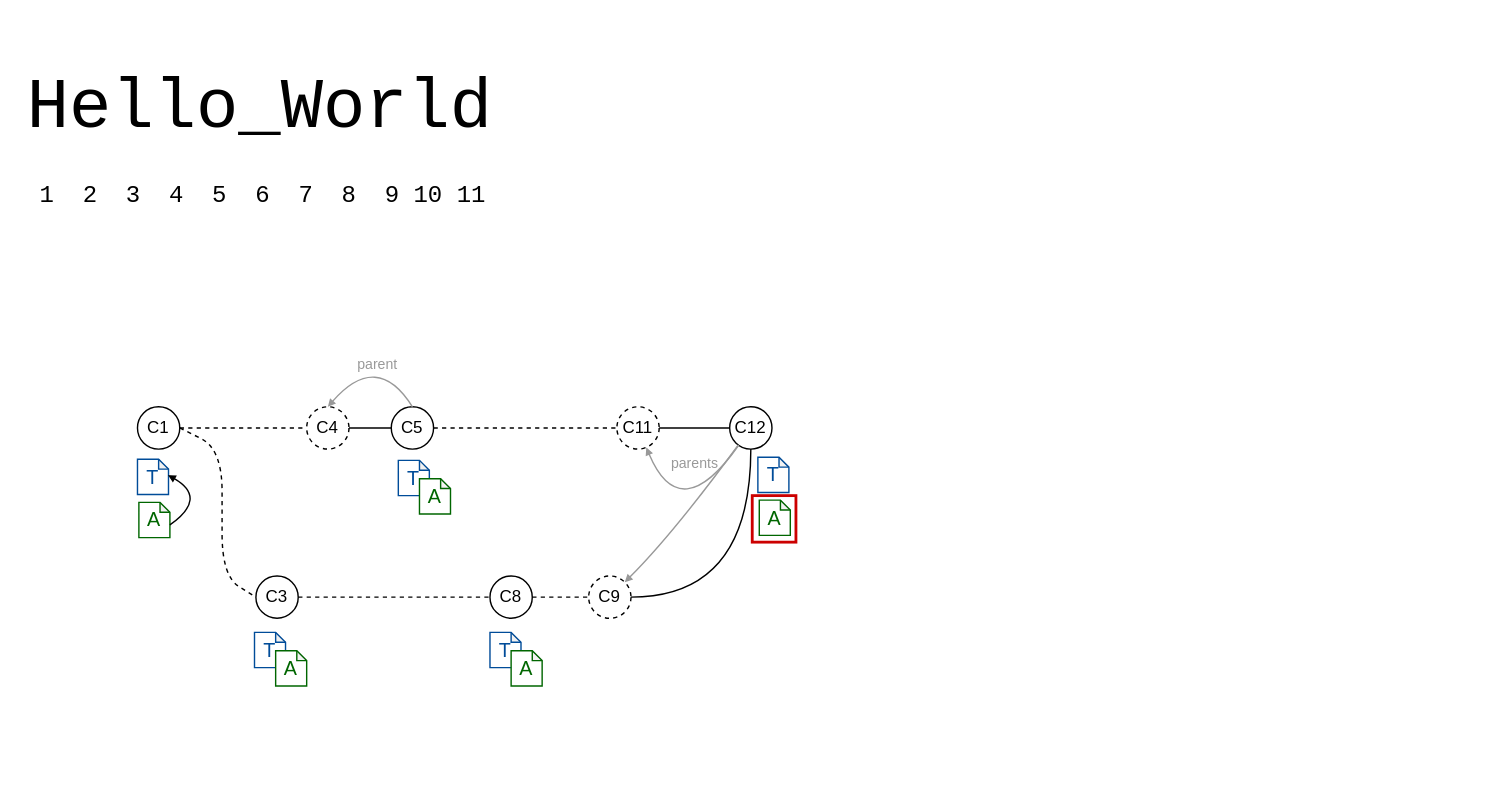
Above: demos/annotations/update_annotations.drawio in LivelyKernel/lively4-core (draw.io), before the change. Source tidied: cells renumbered, new cells numbered last; positions are measured from the earlier drawing's top-left corner, leaving out a move shared by most shapes. Both pictures are drawn from the tidied source at 141%, with x=0, y=0 at pixel (24, 68).
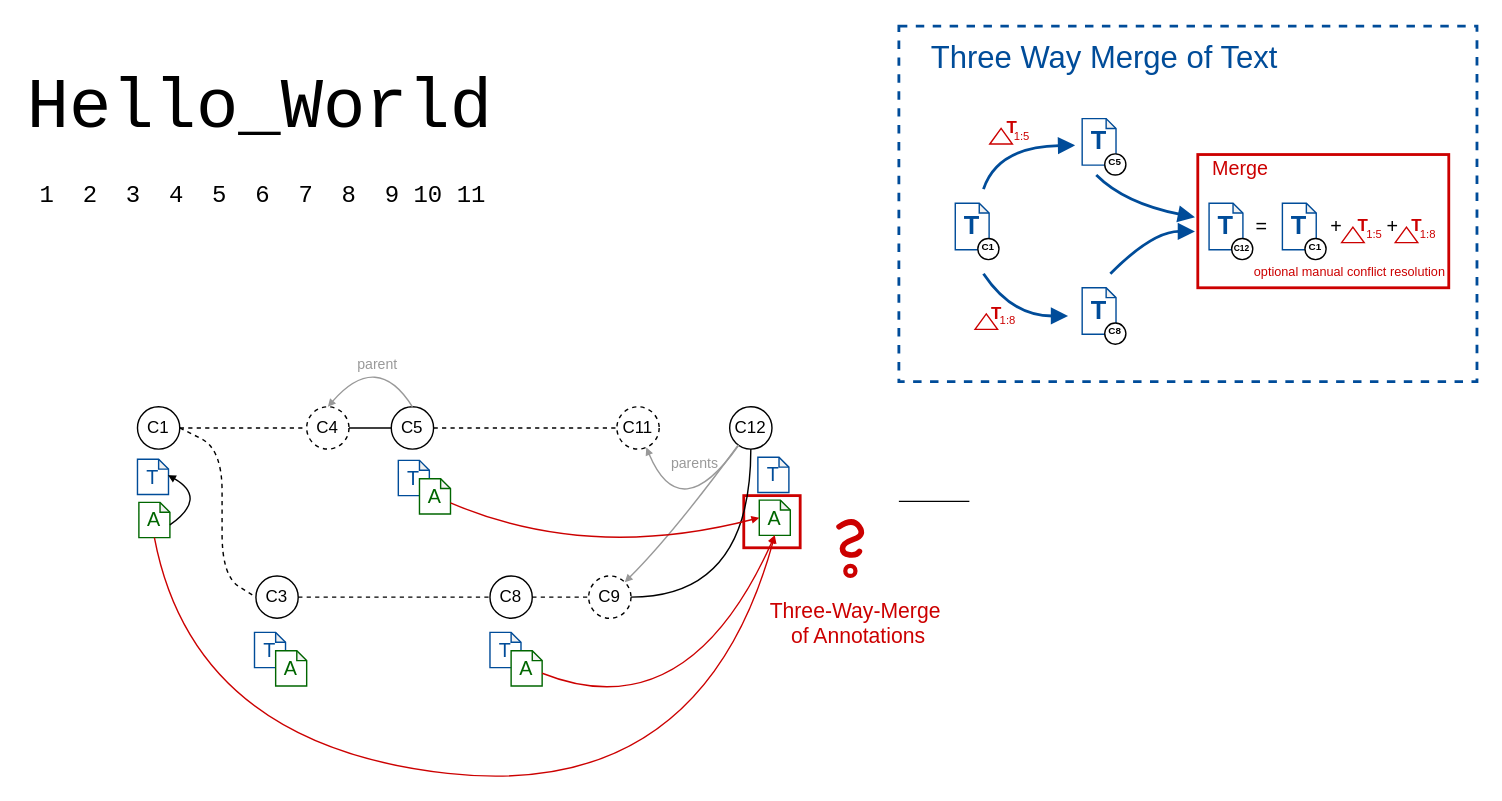
Above is the later version.

Unchanged cells that the change refers to:
```xml
<mxCell id="9" value="&lt;font style=&quot;font-size: 14px&quot;&gt;A&lt;/font&gt;" style="shape=note;whiteSpace=wrap;html=1;backgroundOutline=1;darkOpacity=0.05;size=7;strokeColor=#006600;fontColor=#006600;" parent="1" vertex="1">
  <mxGeometry x="81" y="307.8" width="22" height="25" as="geometry" />
</mxCell>
<mxCell id="15" value="&lt;font style=&quot;font-size: 14px&quot;&gt;A&lt;/font&gt;" style="shape=note;whiteSpace=wrap;html=1;backgroundOutline=1;darkOpacity=0.05;size=7;strokeColor=#006600;fontColor=#006600;" parent="1" vertex="1">
  <mxGeometry x="280" y="291" width="22" height="25" as="geometry" />
</mxCell>
<mxCell id="22" value="&lt;font style=&quot;font-size: 14px&quot;&gt;A&lt;/font&gt;" style="shape=note;whiteSpace=wrap;html=1;backgroundOutline=1;darkOpacity=0.05;size=7;strokeColor=#006600;fontColor=#006600;" parent="1" vertex="1">
  <mxGeometry x="345" y="413" width="22" height="25" as="geometry" />
</mxCell>
<mxCell id="23" value="C11" style="ellipse;whiteSpace=wrap;html=1;dashed=1;" parent="1" vertex="1">
  <mxGeometry x="420" y="240" width="30" height="30" as="geometry" />
</mxCell>
<mxCell id="27" value="C12" style="ellipse;whiteSpace=wrap;html=1;" parent="1" vertex="1">
  <mxGeometry x="500" y="240" width="30" height="30" as="geometry" />
</mxCell>
<mxCell id="36" value="&lt;font style=&quot;font-size: 14px&quot;&gt;A&lt;/font&gt;" style="shape=note;whiteSpace=wrap;html=1;backgroundOutline=1;darkOpacity=0.05;size=7;strokeColor=#006600;fontColor=#006600;" parent="1" vertex="1">
  <mxGeometry x="521" y="306.2" width="22" height="25" as="geometry" />
</mxCell>
```

The edit, as a diff of the source:
```diff
@@
+    <mxCell id="38" style="rounded=0;whiteSpace=wrap;html=1;shadow=0;comic=0;labelBackgroundColor=none;strokeColor=#004C99;strokeWidth=2;fillColor=none;fontFamily=Helvetica;fontSize=9;fontColor=#000000;dashed=1;" parent="1" vertex="1">
+      <mxGeometry x="620" y="-30" width="410" height="252.1" as="geometry" />
+    </mxCell>
+    <mxCell id="37" style="rounded=0;whiteSpace=wrap;html=1;strokeColor=#CC0000;fontSize=10;fontColor=#999999;fillColor=none;strokeWidth=2;" parent="1" vertex="1">
+      <mxGeometry x="510" y="303" width="40" height="37" as="geometry" />
+    </mxCell>
@@
-    <mxCell id="28" style="endArrow=none;html=1;fontColor=#006600;exitX=1;exitY=0.5;exitDx=0;exitDy=0;" parent="1" edge="1" source="23" target="27">
-      <mxGeometry relative="1" as="geometry" />
+    <mxCell id="28" style="endArrow=none;html=1;fontColor=#006600;exitX=1;exitY=0.5;exitDx=0;exitDy=0;" parent="1" edge="1">
+      <mxGeometry relative="1" as="geometry">
+        <mxPoint x="620" y="307.1" as="sourcePoint" />
+        <mxPoint x="670" y="307.1" as="targetPoint" />
+      </mxGeometry>
     </mxCell>
@@
-    <mxCell id="37" style="rounded=0;whiteSpace=wrap;html=1;strokeColor=#CC0000;fontSize=10;fontColor=#999999;fillColor=none;strokeWidth=2;" parent="1" vertex="1">
-      <mxGeometry x="516" y="303" width="31" height="33" as="geometry" />
-    </mxCell>
+    <mxCell id="39" style="endArrow=block;html=1;fontColor=#006600;endFill=1;endSize=3;arcSize=60;strokeColor=#CC0000;curved=1;exitX=0.5;exitY=1;exitDx=0;exitDy=0;exitPerimeter=0;entryX=0.5;entryY=1;entryDx=0;entryDy=0;entryPerimeter=0;" parent="1" edge="1" source="9" target="36">
+      <mxGeometry relative="1" as="geometry">
+        <Array as="points">
+          <mxPoint x="120" y="480" />
+          <mxPoint x="480" y="520" />
+        </Array>
+      </mxGeometry>
+    </mxCell>
+    <mxCell id="40" style="endArrow=block;html=1;fontColor=#006600;endFill=1;endSize=3;arcSize=60;strokeColor=#CC0000;curved=1;entryX=0.5;entryY=1;entryDx=0;entryDy=0;entryPerimeter=0;exitX=0;exitY=0;exitDx=22;exitDy=16;exitPerimeter=0;" parent="1" edge="1" source="22" target="36">
+      <mxGeometry relative="1" as="geometry">
+        <Array as="points">
+          <mxPoint x="470" y="470" />
+        </Array>
+      </mxGeometry>
+    </mxCell>
+    <mxCell id="41" style="endArrow=block;html=1;fontColor=#006600;endFill=1;endSize=3;arcSize=60;strokeColor=#CC0000;curved=1;entryX=0;entryY=0.5;entryDx=0;entryDy=0;entryPerimeter=0;" parent="1" edge="1" source="15" target="36">
+      <mxGeometry relative="1" as="geometry">
+        <Array as="points">
+          <mxPoint x="400" y="350" />
+        </Array>
+      </mxGeometry>
+    </mxCell>
+    <mxCell id="42" style="group;" parent="1" vertex="1">
+      <mxGeometry x="580" y="318.5" width="16.3" height="41.5" as="geometry" />
+    </mxCell>
+    <mxCell id="43" style="endArrow=none;html=1;strokeColor=#CC0000;fontFamily=Helvetica;fontSize=39;fontColor=#FF0000;curved=1;strokeWidth=4;comic=1;shadow=0;" parent="42" edge="1">
+      <mxGeometry relative="1" as="geometry">
+        <mxPoint x="-2.4" y="6.6" as="sourcePoint" />
+        <mxPoint x="12" y="24.1" as="targetPoint" />
+        <Array as="points">
+          <mxPoint x="7.2" />
+          <mxPoint x="16.3" y="12.6" />
+          <mxPoint y="18.1" />
+          <mxPoint y="25.9" />
+          <mxPoint x="10.2" y="27.1" />
+        </Array>
+      </mxGeometry>
+    </mxCell>
+    <mxCell id="44" style="ellipse;whiteSpace=wrap;html=1;shadow=0;comic=0;labelBackgroundColor=none;strokeColor=#CC0000;strokeWidth=3;fillColor=none;fontFamily=Helvetica;fontSize=39;fontColor=#FF0000;" parent="42" vertex="1">
+      <mxGeometry x="2" y="34.3" width="7.2" height="7.2" as="geometry" />
+    </mxCell>
+    <mxCell id="45" value="Three-Way-Merge&amp;nbsp;&lt;br style=&quot;font-size: 15px;&quot;&gt;of Annotations" style="text;html=1;align=center;verticalAlign=middle;fontSize=15;fontFamily=Helvetica;fontColor=#CC0000;" parent="1" vertex="1">
+      <mxGeometry x="521" y="373" width="140" height="40" as="geometry" />
+    </mxCell>
+    <mxCell id="46" style="group;" parent="1" vertex="1">
+      <mxGeometry x="750" y="155.6" width="31" height="40" as="geometry" />
+    </mxCell>
+    <mxCell id="47" value="&lt;font size=&quot;1&quot;&gt;&lt;b style=&quot;font-size: 18px&quot;&gt;T&lt;/b&gt;&lt;/font&gt;" style="shape=note;whiteSpace=wrap;html=1;backgroundOutline=1;darkOpacity=0.05;size=7;strokeColor=#004C99;fontColor=#004C99;fontSize=16;" parent="46" vertex="1">
+      <mxGeometry width="24" height="33" as="geometry" />
+    </mxCell>
+    <mxCell id="48" value="C8" style="ellipse;spacing=2;whiteSpace=wrap;fontSize=7;fontStyle=1;verticalAlign=middle;labelPosition=center;verticalLabelPosition=middle;align=center;horizontal=1;spacingTop=-2;" parent="46" vertex="1">
+      <mxGeometry x="16" y="25" width="15" height="15" as="geometry" />
+    </mxCell>
+    <mxCell id="49" style="group;" parent="1" vertex="1">
+      <mxGeometry x="750" y="35.6" width="31" height="40" as="geometry" />
+    </mxCell>
+    <mxCell id="50" value="&lt;font size=&quot;1&quot;&gt;&lt;b style=&quot;font-size: 18px&quot;&gt;T&lt;/b&gt;&lt;/font&gt;" style="shape=note;whiteSpace=wrap;html=1;backgroundOutline=1;darkOpacity=0.05;size=7;strokeColor=#004C99;fontColor=#004C99;fontSize=16;" parent="49" vertex="1">
+      <mxGeometry width="24" height="33" as="geometry" />
+    </mxCell>
+    <mxCell id="51" value="C5" style="ellipse;spacing=2;whiteSpace=wrap;fontSize=7;fontStyle=1;verticalAlign=middle;labelPosition=center;verticalLabelPosition=middle;align=center;horizontal=1;spacingTop=-2;" parent="49" vertex="1">
+      <mxGeometry x="16" y="25" width="15" height="15" as="geometry" />
+    </mxCell>
+    <mxCell id="52" style="group;" parent="1" vertex="1">
+      <mxGeometry x="660" y="95.6" width="31" height="40" as="geometry" />
+    </mxCell>
+    <mxCell id="53" value="&lt;font size=&quot;1&quot;&gt;&lt;b style=&quot;font-size: 18px&quot;&gt;T&lt;/b&gt;&lt;/font&gt;" style="shape=note;whiteSpace=wrap;html=1;backgroundOutline=1;darkOpacity=0.05;size=7;strokeColor=#004C99;fontColor=#004C99;fontSize=16;" parent="52" vertex="1">
+      <mxGeometry width="24" height="33" as="geometry" />
+    </mxCell>
+    <mxCell id="54" value="C1" style="ellipse;spacing=2;whiteSpace=wrap;fontSize=7;fontStyle=1;verticalAlign=middle;labelPosition=center;verticalLabelPosition=middle;align=center;horizontal=1;spacingTop=-2;" parent="52" vertex="1">
+      <mxGeometry x="16" y="25" width="15" height="15" as="geometry" />
+    </mxCell>
+    <mxCell id="55" style="group;" parent="1" vertex="1">
+      <mxGeometry x="840" y="95.6" width="170" height="90" as="geometry" />
+    </mxCell>
+    <mxCell id="56" value="&lt;font size=&quot;1&quot;&gt;&lt;b style=&quot;font-size: 18px&quot;&gt;T&lt;/b&gt;&lt;/font&gt;" style="shape=note;whiteSpace=wrap;html=1;backgroundOutline=1;darkOpacity=0.05;size=7;strokeColor=#004C99;fontColor=#004C99;fontSize=16;" parent="55" vertex="1">
+      <mxGeometry width="24" height="33" as="geometry" />
+    </mxCell>
+    <mxCell id="57" value="C12" style="ellipse;spacing=2;whiteSpace=wrap;fontSize=6;fontStyle=1;verticalAlign=middle;labelPosition=center;verticalLabelPosition=middle;align=center;horizontal=1;spacingTop=0;" parent="55" vertex="1">
+      <mxGeometry x="16" y="25" width="15" height="15" as="geometry" />
+    </mxCell>
+    <mxCell id="58" style="rounded=0;whiteSpace=wrap;html=1;strokeColor=#CC0000;fontSize=10;fontColor=#999999;fillColor=none;strokeWidth=2;" parent="55" vertex="1">
+      <mxGeometry x="-8" y="-34.5" width="178" height="94.5" as="geometry" />
+    </mxCell>
+    <mxCell id="59" value="&lt;font color=&quot;#cc0000&quot;&gt;Merge&lt;/font&gt;" style="text;html=1;align=center;verticalAlign=middle;fontSize=14;fontFamily=Helvetica;fontColor=#006600;" parent="55" vertex="1">
+      <mxGeometry x="-8" y="-34.5" width="60" height="20" as="geometry" />
+    </mxCell>
+    <mxCell id="60" value="&lt;font color=&quot;#000000&quot;&gt;=&amp;nbsp;&lt;/font&gt;" style="text;html=1;align=center;verticalAlign=middle;fontSize=14;fontFamily=Helvetica;fontColor=#006600;" parent="55" vertex="1">
+      <mxGeometry x="24" y="6.5" width="30" height="20" as="geometry" />
+    </mxCell>
+    <mxCell id="61" style="group;" parent="55" vertex="1">
+      <mxGeometry x="52" width="31" height="40" as="geometry" />
+    </mxCell>
+    <mxCell id="62" value="&lt;font size=&quot;1&quot;&gt;&lt;b style=&quot;font-size: 18px&quot;&gt;T&lt;/b&gt;&lt;/font&gt;" style="shape=note;whiteSpace=wrap;html=1;backgroundOutline=1;darkOpacity=0.05;size=7;strokeColor=#004C99;fontColor=#004C99;fontSize=16;" parent="61" vertex="1">
+      <mxGeometry width="24" height="33" as="geometry" />
+    </mxCell>
+    <mxCell id="63" value="C1" style="ellipse;spacing=2;whiteSpace=wrap;fontSize=7;fontStyle=1;verticalAlign=middle;labelPosition=center;verticalLabelPosition=middle;align=center;horizontal=1;spacingTop=-2;" parent="61" vertex="1">
+      <mxGeometry x="16" y="25" width="15" height="15" as="geometry" />
+    </mxCell>
+    <mxCell id="64" value="&lt;font color=&quot;#000000&quot;&gt;+&lt;/font&gt;" style="text;html=1;align=center;verticalAlign=middle;fontSize=14;fontFamily=Helvetica;fontColor=#006600;" parent="55" vertex="1">
+      <mxGeometry x="80" y="6.5" width="20" height="20" as="geometry" />
+    </mxCell>
+    <mxCell id="65" style="group;" parent="55" vertex="1">
+      <mxGeometry x="131.5" y="6.5" width="38" height="24" as="geometry" />
+    </mxCell>
+    <mxCell id="66" style="group;" parent="65" vertex="1">
+      <mxGeometry width="38" height="24" as="geometry" />
+    </mxCell>
+    <mxCell id="67" style="triangle;whiteSpace=wrap;html=1;rounded=0;shadow=0;comic=0;labelBackgroundColor=none;strokeColor=#CC0000;strokeWidth=1;fillColor=none;fontFamily=Helvetica;fontSize=6;fontColor=#006600;rotation=-90;" parent="66" vertex="1">
+      <mxGeometry x="3" y="8" width="11" height="16" as="geometry" />
+    </mxCell>
+    <mxCell id="68" value="&lt;span style=&quot;color: rgb(204 , 0 , 0) ; font-size: 12px&quot;&gt;&lt;b&gt;T&lt;/b&gt;&lt;/span&gt;" style="text;html=1;strokeColor=none;fillColor=none;align=center;verticalAlign=middle;whiteSpace=wrap;rounded=0;shadow=0;comic=0;labelBackgroundColor=none;fontFamily=Helvetica;fontSize=6;fontColor=#006600;" parent="66" vertex="1">
+      <mxGeometry x="10.5" width="11" height="20" as="geometry" />
+    </mxCell>
+    <mxCell id="69" value="&lt;span style=&quot;color: rgb(204 , 0 , 0)&quot;&gt;&lt;font style=&quot;font-size: 8px&quot;&gt;1:8&lt;/font&gt;&lt;/span&gt;" style="text;html=1;strokeColor=none;fillColor=none;align=center;verticalAlign=middle;whiteSpace=wrap;rounded=0;shadow=0;comic=0;labelBackgroundColor=none;fontFamily=Helvetica;fontSize=6;fontColor=#006600;" parent="66" vertex="1">
+      <mxGeometry x="15" y="10" width="16.5" height="11" as="geometry" />
+    </mxCell>
+    <mxCell id="70" style="group;" parent="55" vertex="1">
+      <mxGeometry x="93.5" y="6.5" width="38" height="24" as="geometry" />
+    </mxCell>
+    <mxCell id="71" style="group;" parent="70" vertex="1">
+      <mxGeometry width="38" height="24" as="geometry" />
+    </mxCell>
+    <mxCell id="72" style="triangle;whiteSpace=wrap;html=1;rounded=0;shadow=0;comic=0;labelBackgroundColor=none;strokeColor=#CC0000;strokeWidth=1;fillColor=none;fontFamily=Helvetica;fontSize=6;fontColor=#006600;rotation=-90;" parent="71" vertex="1">
+      <mxGeometry x="3" y="8" width="11" height="16" as="geometry" />
+    </mxCell>
+    <mxCell id="73" value="&lt;span style=&quot;color: rgb(204 , 0 , 0) ; font-size: 12px&quot;&gt;&lt;b&gt;T&lt;/b&gt;&lt;/span&gt;" style="text;html=1;strokeColor=none;fillColor=none;align=center;verticalAlign=middle;whiteSpace=wrap;rounded=0;shadow=0;comic=0;labelBackgroundColor=none;fontFamily=Helvetica;fontSize=6;fontColor=#006600;" parent="71" vertex="1">
+      <mxGeometry x="10.5" width="11" height="20" as="geometry" />
+    </mxCell>
+    <mxCell id="74" value="&lt;span style=&quot;color: rgb(204 , 0 , 0)&quot;&gt;&lt;font style=&quot;font-size: 8px&quot;&gt;1:5&lt;/font&gt;&lt;/span&gt;" style="text;html=1;strokeColor=none;fillColor=none;align=center;verticalAlign=middle;whiteSpace=wrap;rounded=0;shadow=0;comic=0;labelBackgroundColor=none;fontFamily=Helvetica;fontSize=6;fontColor=#006600;" parent="71" vertex="1">
+      <mxGeometry x="15" y="10" width="16.5" height="11" as="geometry" />
+    </mxCell>
+    <mxCell id="75" value="&lt;font color=&quot;#000000&quot;&gt;+&lt;/font&gt;" style="text;html=1;align=center;verticalAlign=middle;fontSize=14;fontFamily=Helvetica;fontColor=#006600;" parent="55" vertex="1">
+      <mxGeometry x="120" y="6.5" width="20" height="20" as="geometry" />
+    </mxCell>
+    <mxCell id="76" value="optional manual conflict resolution" style="text;strokeColor=none;fillColor=none;align=center;verticalAlign=middle;whiteSpace=wrap;rounded=0;shadow=0;comic=0;labelBackgroundColor=none;fontFamily=Helvetica;fontSize=9;fontColor=#CC0000;" parent="55" vertex="1">
+      <mxGeometry x="29.5" y="40" width="140" height="18" as="geometry" />
+    </mxCell>
+    <mxCell id="77" style="endArrow=block;html=1;fontSize=6;fontColor=#006600;endFill=1;endSize=7;startSize=7;strokeWidth=2;jumpStyle=none;comic=0;strokeColor=#004C99;curved=1;" parent="1" edge="1">
+      <mxGeometry relative="1" as="geometry">
+        <mxPoint x="680" y="85.6" as="sourcePoint" />
+        <mxPoint x="745" y="54.6" as="targetPoint" />
+        <Array as="points">
+          <mxPoint x="690" y="55.6" />
+        </Array>
+      </mxGeometry>
+    </mxCell>
+    <mxCell id="78" style="endArrow=block;html=1;fontSize=6;fontColor=#006600;endFill=1;endSize=7;startSize=7;strokeWidth=2;jumpStyle=none;comic=0;strokeColor=#004C99;curved=1;" parent="1" edge="1">
+      <mxGeometry relative="1" as="geometry">
+        <mxPoint x="680" y="145.6" as="sourcePoint" />
+        <mxPoint x="740" y="175.6" as="targetPoint" />
+        <Array as="points">
+          <mxPoint x="700" y="175.6" />
+        </Array>
+      </mxGeometry>
+    </mxCell>
+    <mxCell id="79" style="endArrow=block;html=1;fontSize=6;fontColor=#006600;endFill=1;endSize=7;startSize=7;strokeWidth=2;jumpStyle=none;comic=0;strokeColor=#004C99;curved=1;" parent="1" edge="1">
+      <mxGeometry relative="1" as="geometry">
+        <mxPoint x="760" y="75.6" as="sourcePoint" />
+        <mxPoint x="830" y="105.6" as="targetPoint" />
+        <Array as="points">
+          <mxPoint x="780" y="95.6" />
+        </Array>
+      </mxGeometry>
+    </mxCell>
+    <mxCell id="80" style="endArrow=block;html=1;fontSize=6;fontColor=#006600;endFill=1;endSize=7;startSize=7;strokeWidth=2;jumpStyle=none;comic=0;strokeColor=#004C99;curved=1;" parent="1" edge="1">
+      <mxGeometry relative="1" as="geometry">
+        <mxPoint x="770" y="145.6" as="sourcePoint" />
+        <mxPoint x="830" y="115.6" as="targetPoint" />
+        <Array as="points">
+          <mxPoint x="800" y="115.6" />
+        </Array>
+      </mxGeometry>
+    </mxCell>
+    <mxCell id="81" style="group;" parent="1" vertex="1">
+      <mxGeometry x="684" y="32.1" width="38" height="24" as="geometry" />
+    </mxCell>
+    <mxCell id="82" style="group;" parent="81" vertex="1">
+      <mxGeometry width="38" height="24" as="geometry" />
+    </mxCell>
+    <mxCell id="83" style="triangle;whiteSpace=wrap;html=1;rounded=0;shadow=0;comic=0;labelBackgroundColor=none;strokeColor=#CC0000;strokeWidth=1;fillColor=none;fontFamily=Helvetica;fontSize=6;fontColor=#006600;rotation=-90;" parent="82" vertex="1">
+      <mxGeometry x="3" y="8" width="11" height="16" as="geometry" />
+    </mxCell>
+    <mxCell id="84" value="&lt;span style=&quot;color: rgb(204 , 0 , 0) ; font-size: 12px&quot;&gt;&lt;b&gt;T&lt;/b&gt;&lt;/span&gt;" style="text;html=1;strokeColor=none;fillColor=none;align=center;verticalAlign=middle;whiteSpace=wrap;rounded=0;shadow=0;comic=0;labelBackgroundColor=none;fontFamily=Helvetica;fontSize=6;fontColor=#006600;" parent="82" vertex="1">
+      <mxGeometry x="10.5" width="11" height="20" as="geometry" />
+    </mxCell>
+    <mxCell id="85" value="&lt;span style=&quot;color: rgb(204 , 0 , 0)&quot;&gt;&lt;font style=&quot;font-size: 8px&quot;&gt;1:5&lt;/font&gt;&lt;/span&gt;" style="text;html=1;strokeColor=none;fillColor=none;align=center;verticalAlign=middle;whiteSpace=wrap;rounded=0;shadow=0;comic=0;labelBackgroundColor=none;fontFamily=Helvetica;fontSize=6;fontColor=#006600;" parent="82" vertex="1">
+      <mxGeometry x="15" y="10" width="16.5" height="11" as="geometry" />
+    </mxCell>
+    <mxCell id="86" style="group;" parent="1" vertex="1">
+      <mxGeometry x="673.5" y="163.6" width="38" height="24" as="geometry" />
+    </mxCell>
+    <mxCell id="87" style="group;" parent="86" vertex="1">
+      <mxGeometry width="38" height="24" as="geometry" />
+    </mxCell>
+    <mxCell id="88" style="triangle;whiteSpace=wrap;html=1;rounded=0;shadow=0;comic=0;labelBackgroundColor=none;strokeColor=#CC0000;strokeWidth=1;fillColor=none;fontFamily=Helvetica;fontSize=6;fontColor=#006600;rotation=-90;" parent="87" vertex="1">
+      <mxGeometry x="3" y="8" width="11" height="16" as="geometry" />
+    </mxCell>
+    <mxCell id="89" value="&lt;span style=&quot;color: rgb(204 , 0 , 0) ; font-size: 12px&quot;&gt;&lt;b&gt;T&lt;/b&gt;&lt;/span&gt;" style="text;html=1;strokeColor=none;fillColor=none;align=center;verticalAlign=middle;whiteSpace=wrap;rounded=0;shadow=0;comic=0;labelBackgroundColor=none;fontFamily=Helvetica;fontSize=6;fontColor=#006600;" parent="87" vertex="1">
+      <mxGeometry x="10.5" width="11" height="20" as="geometry" />
+    </mxCell>
+    <mxCell id="90" value="&lt;span style=&quot;color: rgb(204 , 0 , 0)&quot;&gt;&lt;font style=&quot;font-size: 8px&quot;&gt;1:8&lt;/font&gt;&lt;/span&gt;" style="text;html=1;strokeColor=none;fillColor=none;align=center;verticalAlign=middle;whiteSpace=wrap;rounded=0;shadow=0;comic=0;labelBackgroundColor=none;fontFamily=Helvetica;fontSize=6;fontColor=#006600;" parent="87" vertex="1">
+      <mxGeometry x="15" y="10" width="16.5" height="11" as="geometry" />
+    </mxCell>
+    <mxCell id="91" value="Three Way Merge of Text" style="text;strokeColor=none;fillColor=none;align=center;verticalAlign=middle;whiteSpace=wrap;rounded=0;shadow=0;comic=0;labelBackgroundColor=none;fontFamily=Helvetica;fontSize=22;fontColor=#004C99;" parent="1" vertex="1">
+      <mxGeometry x="625.5" y="-16.3" width="280" height="18" as="geometry" />
+    </mxCell>
```
